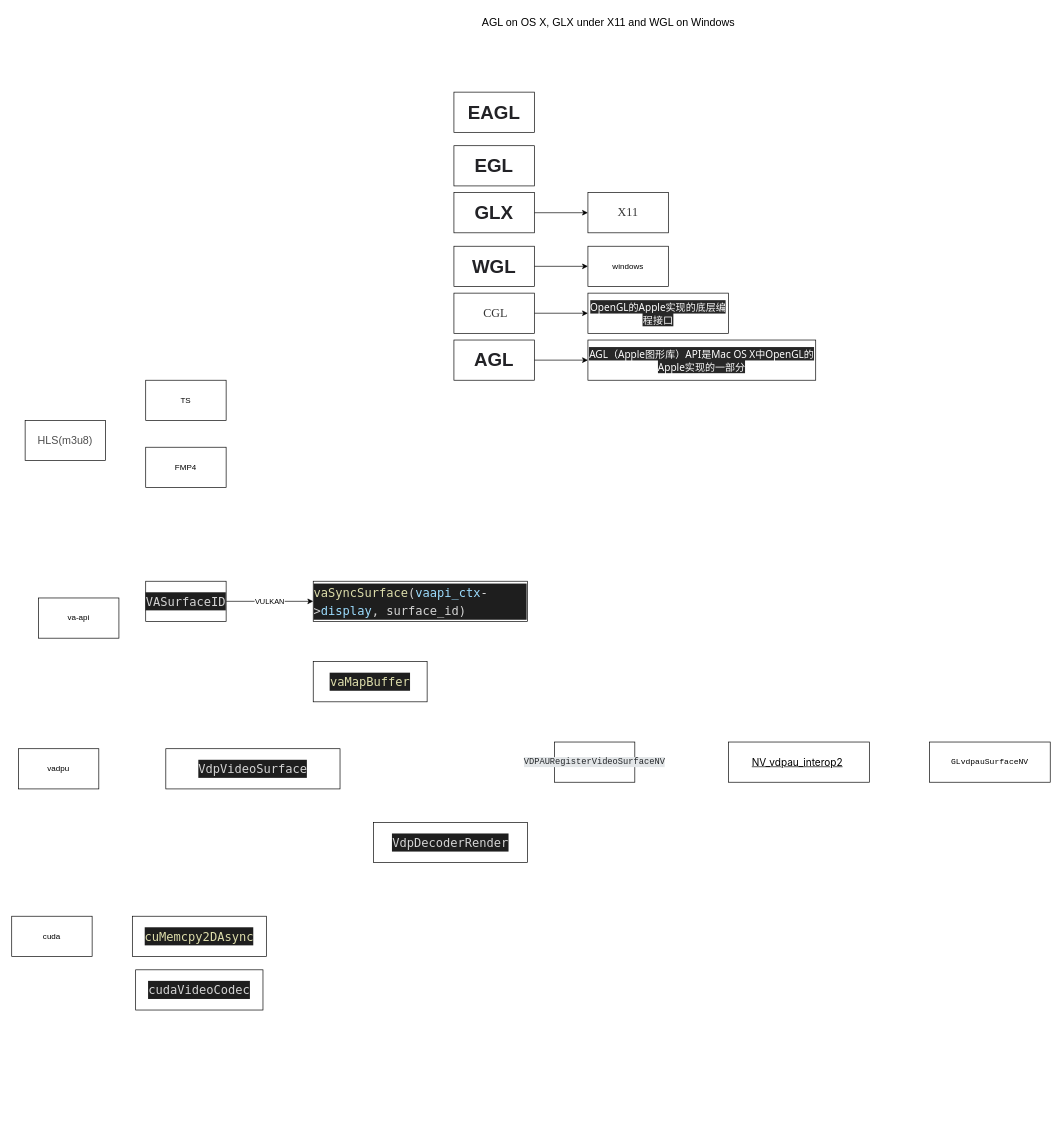
Above: MultiMedia.drawio in loleng/mediatools (draw.io), before the change. Source tidied: cells renumbered, new cells numbered last; positions are measured from the earlier drawing's top-left corner, leaving out a move shared by most shapes. Both pictures are drawn from the tidied source at 67%, with x=0, y=0 at pixel (11, 11).
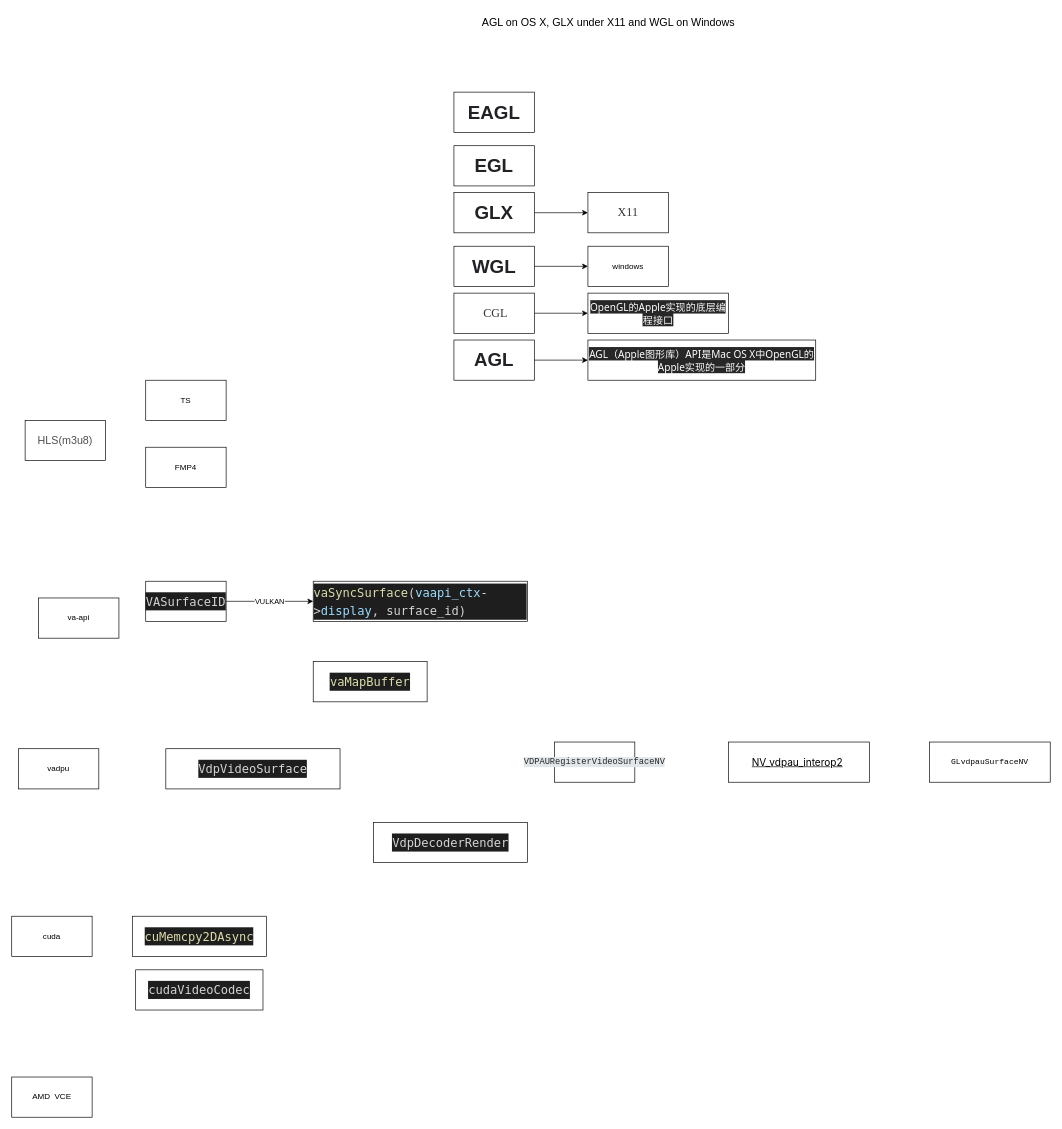
The same diagram, later.

The edit, as a diff of the source:
```diff
@@
+    <mxCell id="34" value="AMD &amp;nbsp;VCE" style="rounded=0;whiteSpace=wrap;html=1;" parent="1" vertex="1">
+      <mxGeometry y="1590" width="120" height="60" as="geometry" />
+    </mxCell>
```
